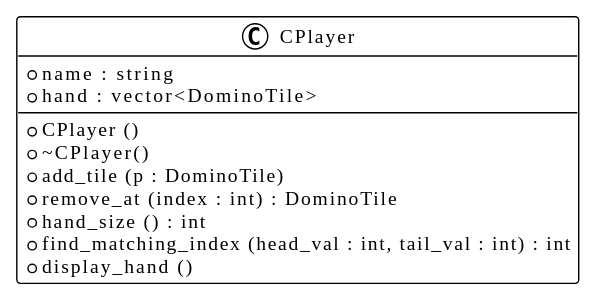
The PlantUML diagram puml/CPlayer.svg in CalculatePointing717/CSCI300-Combo1, before a commit.
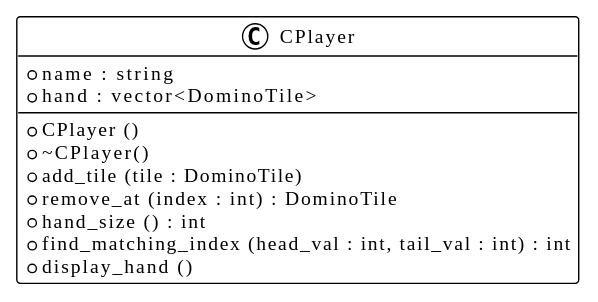
The same file after the commit.

Diff of the diagram source:
```diff
@@ -5,7 +5,7 @@
 {
     + CPlayer ()
     + ~CPlayer()
-    + add_tile (p : DominoTile)
+    + add_tile (tile : DominoTile)
     + remove_at (index : int) : DominoTile
     + hand_size () : int
     + find_matching_index (head_val : int, tail_val : int) : int
```
